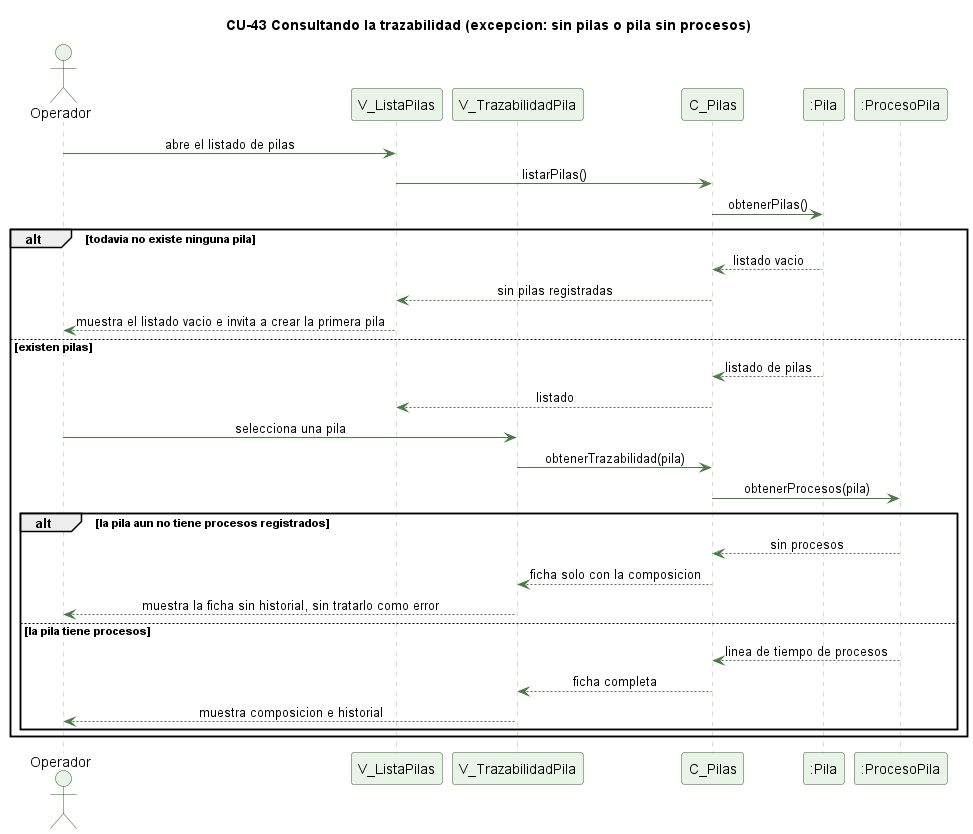
The PlantUML diagram docs/trabajo-grupal/diagramas/secuencias/cu43-trazabilidad-pila-excepcion.png in kenjikaese/Triverde, before a commit.
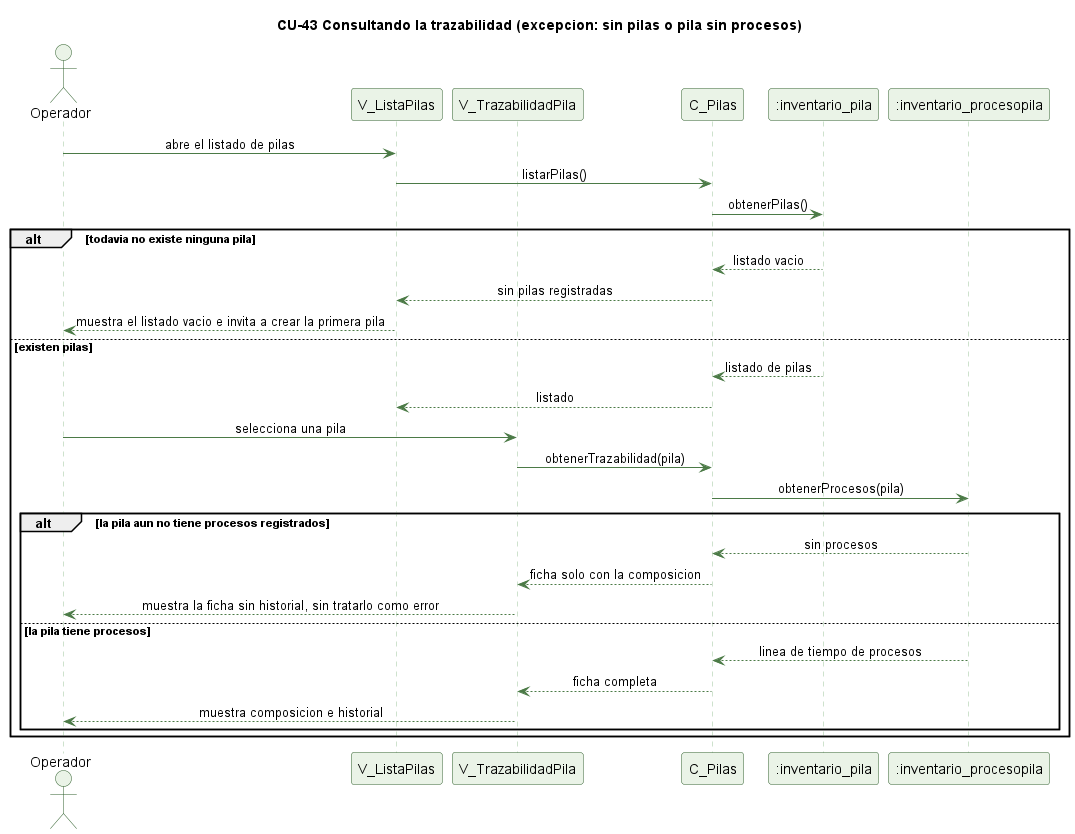
Above is the later version.

The edit, as a diff of the source:
```diff
@@ -16,8 +16,8 @@
 participant "V_ListaPilas" as VL
 participant "V_TrazabilidadPila" as V
 participant "C_Pilas" as C
-participant ":Pila" as P
-participant ":ProcesoPila" as PP
+participant ":inventario_pila" as P
+participant ":inventario_procesopila" as PP
 
 Operador -> VL : abre el listado de pilas
 VL -> C : listarPilas()
```
